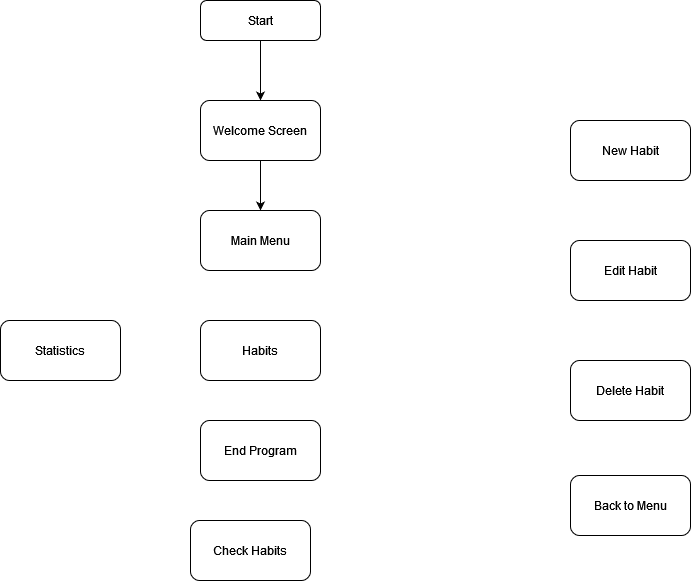
This is diagrams/userflow.png from CosmicWhiskers/habit-tracker, a draw.io export, as it was before one commit. Source tidied: cells renumbered, new cells last; positions are measured from the earlier drawing's top-left corner, leaving out a move shared by most shapes. Its diagram source:
```xml
<mxGraphModel>
  <root>
    <mxCell id="0" />
    <mxCell id="1" parent="0" />
    <mxCell id="2" style="edgeStyle=none;rounded=0;jettySize=auto;html=1;exitX=0.5;exitY=1;exitDx=0;exitDy=0;entryX=0.5;entryY=0;entryDx=0;entryDy=0;" parent="1" edge="1" source="3" target="5">
      <mxGeometry relative="1" as="geometry" />
    </mxCell>
    <mxCell id="3" value="Start" style="rounded=1;whiteSpace=wrap;html=1;fontSize=12;glass=0;strokeWidth=1;shadow=0;" parent="1" vertex="1">
      <mxGeometry x="200" width="120" height="40" as="geometry" />
    </mxCell>
    <mxCell id="4" style="edgeStyle=none;rounded=0;jettySize=auto;html=1;exitX=0.5;exitY=1;exitDx=0;exitDy=0;entryX=0.5;entryY=0;entryDx=0;entryDy=0;" parent="1" edge="1" source="5" target="6">
      <mxGeometry relative="1" as="geometry" />
    </mxCell>
    <mxCell id="5" value="Welcome Screen" style="rounded=1;whiteSpace=wrap;html=1;" parent="1" vertex="1">
      <mxGeometry x="200" y="100" width="120" height="60" as="geometry" />
    </mxCell>
    <mxCell id="6" value="Main Menu" style="rounded=1;whiteSpace=wrap;html=1;" parent="1" vertex="1">
      <mxGeometry x="200" y="210" width="120" height="60" as="geometry" />
    </mxCell>
    <mxCell id="7" value="End Program" style="rounded=1;whiteSpace=wrap;html=1;" parent="1" vertex="1">
      <mxGeometry x="200" y="420" width="120" height="60" as="geometry" />
    </mxCell>
    <mxCell id="8" value="Habits" style="rounded=1;whiteSpace=wrap;html=1;" parent="1" vertex="1">
      <mxGeometry x="200" y="320" width="120" height="60" as="geometry" />
    </mxCell>
    <mxCell id="9" value="Check Habits" style="rounded=1;whiteSpace=wrap;html=1;" parent="1" vertex="1">
      <mxGeometry x="190" y="520" width="120" height="60" as="geometry" />
    </mxCell>
    <mxCell id="10" value="Statistics" style="rounded=1;whiteSpace=wrap;html=1;" parent="1" vertex="1">
      <mxGeometry y="320" width="120" height="60" as="geometry" />
    </mxCell>
    <mxCell id="11" value="Delete Habit" style="rounded=1;whiteSpace=wrap;html=1;" parent="1" vertex="1">
      <mxGeometry x="570" y="360" width="120" height="60" as="geometry" />
    </mxCell>
    <mxCell id="12" value="Edit Habit" style="rounded=1;whiteSpace=wrap;html=1;" parent="1" vertex="1">
      <mxGeometry x="570" y="240" width="120" height="60" as="geometry" />
    </mxCell>
    <mxCell id="13" value="New Habit" style="rounded=1;whiteSpace=wrap;html=1;" parent="1" vertex="1">
      <mxGeometry x="570" y="120" width="120" height="60" as="geometry" />
    </mxCell>
    <mxCell id="14" value="Back to Menu" style="rounded=1;whiteSpace=wrap;html=1;" parent="1" vertex="1">
      <mxGeometry x="570" y="475" width="120" height="60" as="geometry" />
    </mxCell>
  </root>
</mxGraphModel>
```
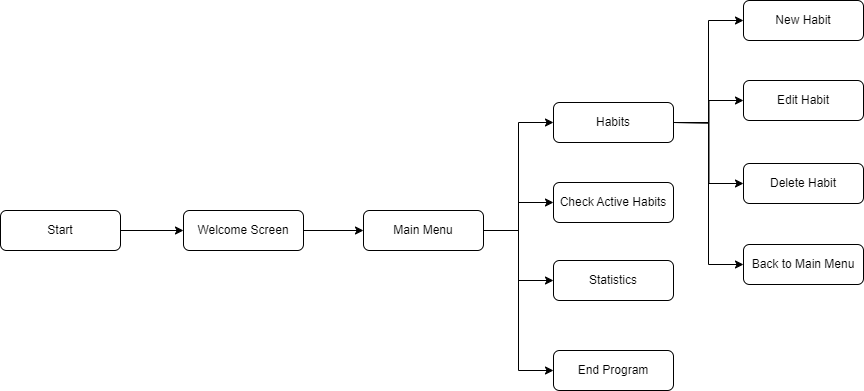
After the change.

Diff of the diagram source:
```diff
@@ -2,44 +2,72 @@
   <root>
     <mxCell id="0" />
     <mxCell id="1" parent="0" />
-    <mxCell id="2" style="edgeStyle=none;rounded=0;jettySize=auto;html=1;exitX=0.5;exitY=1;exitDx=0;exitDy=0;entryX=0.5;entryY=0;entryDx=0;entryDy=0;" parent="1" edge="1" source="3" target="5">
+    <mxCell id="2" style="edgeStyle=orthogonalEdgeStyle;rounded=0;jettySize=auto;html=1;exitX=1;exitY=0.5;exitDx=0;exitDy=0;entryX=0;entryY=0.5;entryDx=0;entryDy=0;" parent="1" edge="1" source="3" target="5">
       <mxGeometry relative="1" as="geometry" />
     </mxCell>
     <mxCell id="3" value="Start" style="rounded=1;whiteSpace=wrap;html=1;fontSize=12;glass=0;strokeWidth=1;shadow=0;" parent="1" vertex="1">
-      <mxGeometry x="200" width="120" height="40" as="geometry" />
+      <mxGeometry x="-433" y="170" width="120" height="40" as="geometry" />
     </mxCell>
-    <mxCell id="4" style="edgeStyle=none;rounded=0;jettySize=auto;html=1;exitX=0.5;exitY=1;exitDx=0;exitDy=0;entryX=0.5;entryY=0;entryDx=0;entryDy=0;" parent="1" edge="1" source="5" target="6">
+    <mxCell id="4" style="edgeStyle=orthogonalEdgeStyle;rounded=0;jettySize=auto;html=1;exitX=1;exitY=0.5;exitDx=0;exitDy=0;entryX=0;entryY=0.5;entryDx=0;entryDy=0;" parent="1" edge="1" source="5" target="6">
       <mxGeometry relative="1" as="geometry" />
     </mxCell>
-    <mxCell id="5" value="Welcome Screen" style="rounded=1;whiteSpace=wrap;html=1;" parent="1" vertex="1">
-      <mxGeometry x="200" y="100" width="120" height="60" as="geometry" />
+    <mxCell id="5" value="Welcome Screen" style="rounded=1;whiteSpace=wrap;html=1;fontSize=12;glass=0;strokeWidth=1;shadow=0;" parent="1" vertex="1">
+      <mxGeometry x="-250" y="170" width="120" height="40" as="geometry" />
     </mxCell>
+    <mxCell id="15" style="edgeStyle=orthogonalEdgeStyle;rounded=0;jettySize=auto;html=1;exitX=1;exitY=0.5;exitDx=0;exitDy=0;entryX=0;entryY=0.5;entryDx=0;entryDy=0;" parent="1" edge="1" source="6" target="8">
+      <mxGeometry relative="1" as="geometry" />
+    </mxCell>
+    <mxCell id="16" style="edgeStyle=orthogonalEdgeStyle;rounded=0;jettySize=auto;html=1;exitX=1;exitY=0.5;exitDx=0;exitDy=0;entryX=0;entryY=0.5;entryDx=0;entryDy=0;" parent="1" edge="1" source="6" target="10">
+      <mxGeometry relative="1" as="geometry" />
+    </mxCell>
+    <mxCell id="17" style="edgeStyle=orthogonalEdgeStyle;rounded=0;jettySize=auto;html=1;exitX=1;exitY=0.5;exitDx=0;exitDy=0;entryX=0;entryY=0.5;entryDx=0;entryDy=0;" parent="1" edge="1" source="6" target="7">
+      <mxGeometry relative="1" as="geometry" />
+    </mxCell>
+    <mxCell id="18" style="edgeStyle=orthogonalEdgeStyle;rounded=0;jettySize=auto;html=1;exitX=1;exitY=0.5;exitDx=0;exitDy=0;" parent="1" edge="1" source="6" target="23">
+      <mxGeometry relative="1" as="geometry" />
+    </mxCell>
-    <mxCell id="6" value="Main Menu" style="rounded=1;whiteSpace=wrap;html=1;" parent="1" vertex="1">
-      <mxGeometry x="200" y="210" width="120" height="60" as="geometry" />
+    <mxCell id="6" value="Main Menu" style="rounded=1;whiteSpace=wrap;html=1;fontSize=12;glass=0;strokeWidth=1;shadow=0;" parent="1" vertex="1">
+      <mxGeometry x="-70" y="170" width="120" height="40" as="geometry" />
     </mxCell>
-    <mxCell id="7" value="End Program" style="rounded=1;whiteSpace=wrap;html=1;" parent="1" vertex="1">
-      <mxGeometry x="200" y="420" width="120" height="60" as="geometry" />
+    <mxCell id="7" value="End Program" style="rounded=1;whiteSpace=wrap;html=1;fontSize=12;glass=0;strokeWidth=1;shadow=0;" parent="1" vertex="1">
+      <mxGeometry x="120" y="310" width="120" height="40" as="geometry" />
     </mxCell>
+    <mxCell id="10" value="Statistics" style="rounded=1;whiteSpace=wrap;html=1;fontSize=12;glass=0;strokeWidth=1;shadow=0;" parent="1" vertex="1">
+      <mxGeometry x="120" y="220" width="120" height="40" as="geometry" />
+    </mxCell>
+    <mxCell id="19" style="edgeStyle=orthogonalEdgeStyle;rounded=0;jettySize=auto;html=1;exitX=1;exitY=0.5;exitDx=0;exitDy=0;entryX=0;entryY=0.5;entryDx=0;entryDy=0;" parent="1" edge="1" source="8" target="24">
+      <mxGeometry relative="1" as="geometry" />
+    </mxCell>
-    <mxCell id="8" value="Habits" style="rounded=1;whiteSpace=wrap;html=1;" parent="1" vertex="1">
-      <mxGeometry x="200" y="320" width="120" height="60" as="geometry" />
+    <mxCell id="8" value="Habits" style="rounded=1;whiteSpace=wrap;html=1;fontSize=12;glass=0;strokeWidth=1;shadow=0;" parent="1" vertex="1">
+      <mxGeometry x="120" y="62" width="120" height="40" as="geometry" />
     </mxCell>
-    <mxCell id="9" value="Check Habits" style="rounded=1;whiteSpace=wrap;html=1;" parent="1" vertex="1">
-      <mxGeometry x="190" y="520" width="120" height="60" as="geometry" />
-    </mxCell>
-    <mxCell id="10" value="Statistics" style="rounded=1;whiteSpace=wrap;html=1;" parent="1" vertex="1">
-      <mxGeometry y="320" width="120" height="60" as="geometry" />
-    </mxCell>
+    <mxCell id="20" style="edgeStyle=orthogonalEdgeStyle;rounded=0;jettySize=auto;html=1;exitX=1;exitY=0.5;exitDx=0;exitDy=0;entryX=0;entryY=0.5;entryDx=0;entryDy=0;" parent="1" edge="1" source="8" target="13">
+      <mxGeometry relative="1" as="geometry" />
+    </mxCell>
+    <mxCell id="21" style="edgeStyle=orthogonalEdgeStyle;rounded=0;jettySize=auto;html=1;exitX=1;exitY=0.5;exitDx=0;exitDy=0;entryX=0;entryY=0.5;entryDx=0;entryDy=0;" parent="1" edge="1" target="12">
+      <mxGeometry relative="1" as="geometry">
+        <mxPoint x="240" y="82" as="sourcePoint" />
+      </mxGeometry>
+    </mxCell>
+    <mxCell id="22" style="edgeStyle=orthogonalEdgeStyle;rounded=0;jettySize=auto;html=1;exitX=1;exitY=0.5;exitDx=0;exitDy=0;entryX=0;entryY=0.5;entryDx=0;entryDy=0;" parent="1" edge="1" target="11">
+      <mxGeometry relative="1" as="geometry">
+        <mxPoint x="240" y="82" as="sourcePoint" />
+      </mxGeometry>
+    </mxCell>
-    <mxCell id="11" value="Delete Habit" style="rounded=1;whiteSpace=wrap;html=1;" parent="1" vertex="1">
-      <mxGeometry x="570" y="360" width="120" height="60" as="geometry" />
+    <mxCell id="11" value="Delete Habit" style="rounded=1;whiteSpace=wrap;html=1;fontSize=12;glass=0;strokeWidth=1;shadow=0;" parent="1" vertex="1">
+      <mxGeometry x="310" y="123" width="120" height="40" as="geometry" />
     </mxCell>
-    <mxCell id="12" value="Edit Habit" style="rounded=1;whiteSpace=wrap;html=1;" parent="1" vertex="1">
-      <mxGeometry x="570" y="240" width="120" height="60" as="geometry" />
+    <mxCell id="12" value="Edit Habit" style="rounded=1;whiteSpace=wrap;html=1;fontSize=12;glass=0;strokeWidth=1;shadow=0;" parent="1" vertex="1">
+      <mxGeometry x="310" y="40" width="120" height="40" as="geometry" />
     </mxCell>
-    <mxCell id="13" value="New Habit" style="rounded=1;whiteSpace=wrap;html=1;" parent="1" vertex="1">
-      <mxGeometry x="570" y="120" width="120" height="60" as="geometry" />
+    <mxCell id="13" value="New Habit" style="rounded=1;whiteSpace=wrap;html=1;fontSize=12;glass=0;strokeWidth=1;shadow=0;" parent="1" vertex="1">
+      <mxGeometry x="310" y="-40" width="120" height="40" as="geometry" />
     </mxCell>
-    <mxCell id="14" value="Back to Menu" style="rounded=1;whiteSpace=wrap;html=1;" parent="1" vertex="1">
-      <mxGeometry x="570" y="475" width="120" height="60" as="geometry" />
-    </mxCell>
+    <mxCell id="23" value="Check Active Habits" style="rounded=1;whiteSpace=wrap;html=1;fontSize=12;glass=0;strokeWidth=1;shadow=0;" parent="1" vertex="1">
+      <mxGeometry x="120" y="142" width="120" height="40" as="geometry" />
+    </mxCell>
+    <mxCell id="24" value="Back to Main Menu" style="rounded=1;whiteSpace=wrap;html=1;fontSize=12;glass=0;strokeWidth=1;shadow=0;" parent="1" vertex="1">
+      <mxGeometry x="310" y="204" width="120" height="40" as="geometry" />
+    </mxCell>
   </root>
 </mxGraphModel>
```
